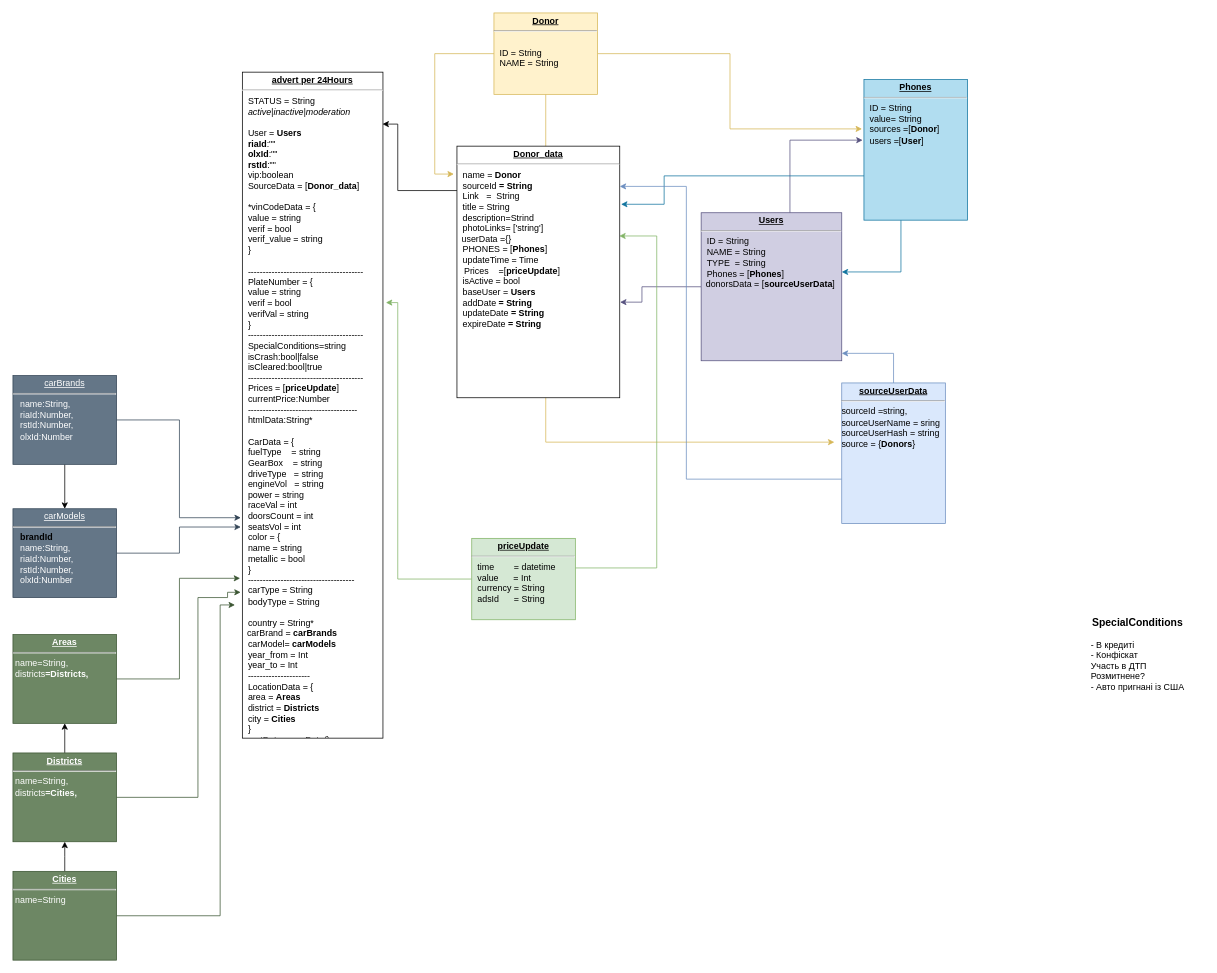
Dromich/car_dog_diagram keeps this draw.io diagram as .drawio. Above is the earlier version. Source tidied: cells renumbered, new cells numbered last; positions are measured from the earlier drawing's top-left corner, leaving out a move shared by most shapes. Both pictures are drawn from the tidied source at 74%, with x=0, y=0 at pixel (13, 13).
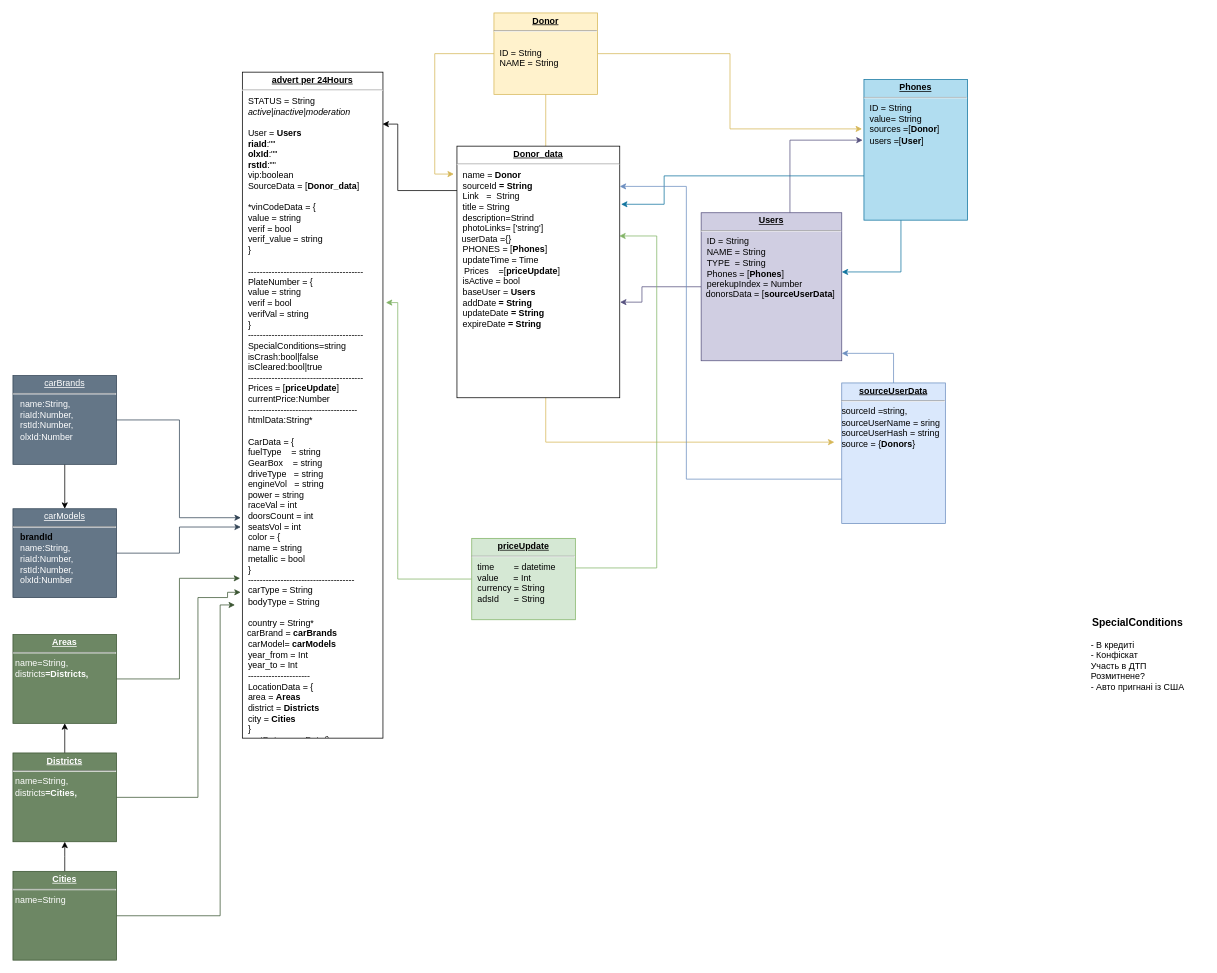
The same page after the edit.

Diff of the diagram source:
```diff
@@
-    <mxCell id="5" value="&lt;p style=&quot;margin: 0px ; margin-top: 4px ; text-align: center ; text-decoration: underline&quot;&gt;&lt;b&gt;Users&lt;/b&gt;&lt;br&gt;&lt;/p&gt;&lt;hr&gt;&lt;p style=&quot;margin: 0px ; margin-left: 8px&quot;&gt;ID = String&lt;/p&gt;&lt;p style=&quot;margin: 0px ; margin-left: 8px&quot;&gt;NAME = String&lt;/p&gt;&lt;p style=&quot;margin: 0px ; margin-left: 8px&quot;&gt;TYPE&amp;nbsp; = String&lt;/p&gt;&lt;p style=&quot;margin: 0px ; margin-left: 8px&quot;&gt;Phones = [&lt;b&gt;Phones&lt;/b&gt;]&lt;br&gt;&lt;/p&gt;&amp;nbsp; donorsData = [&lt;b&gt;sourceUserData&lt;/b&gt;]&lt;br&gt;&lt;p style=&quot;margin: 0px ; margin-left: 8px&quot;&gt;&lt;br&gt;&lt;/p&gt;" style="verticalAlign=top;align=left;overflow=fill;fontSize=12;fontFamily=Helvetica;html=1;rounded=0;shadow=0;comic=0;labelBackgroundColor=none;strokeWidth=1;fillColor=#d0cee2;strokeColor=#56517e;" parent="1" vertex="1">
+    <mxCell id="5" value="&lt;p style=&quot;margin: 0px ; margin-top: 4px ; text-align: center ; text-decoration: underline&quot;&gt;&lt;b&gt;Users&lt;/b&gt;&lt;br&gt;&lt;/p&gt;&lt;hr&gt;&lt;p style=&quot;margin: 0px ; margin-left: 8px&quot;&gt;ID = String&lt;/p&gt;&lt;p style=&quot;margin: 0px ; margin-left: 8px&quot;&gt;NAME = String&lt;/p&gt;&lt;p style=&quot;margin: 0px ; margin-left: 8px&quot;&gt;TYPE&amp;nbsp; = String&lt;/p&gt;&lt;p style=&quot;margin: 0px ; margin-left: 8px&quot;&gt;Phones = [&lt;b&gt;Phones&lt;/b&gt;]&lt;/p&gt;&lt;p style=&quot;margin: 0px ; margin-left: 8px&quot;&gt;perekupIndex = Number&lt;br&gt;&lt;/p&gt;&amp;nbsp; donorsData = [&lt;b&gt;sourceUserData&lt;/b&gt;]&lt;br&gt;&lt;p style=&quot;margin: 0px ; margin-left: 8px&quot;&gt;&lt;br&gt;&lt;/p&gt;" style="verticalAlign=top;align=left;overflow=fill;fontSize=12;fontFamily=Helvetica;html=1;rounded=0;shadow=0;comic=0;labelBackgroundColor=none;strokeWidth=1;fillColor=#d0cee2;strokeColor=#56517e;" parent="1" vertex="1">
       <mxGeometry x="930" y="270" width="190" height="200" as="geometry" />
     </mxCell>
```
